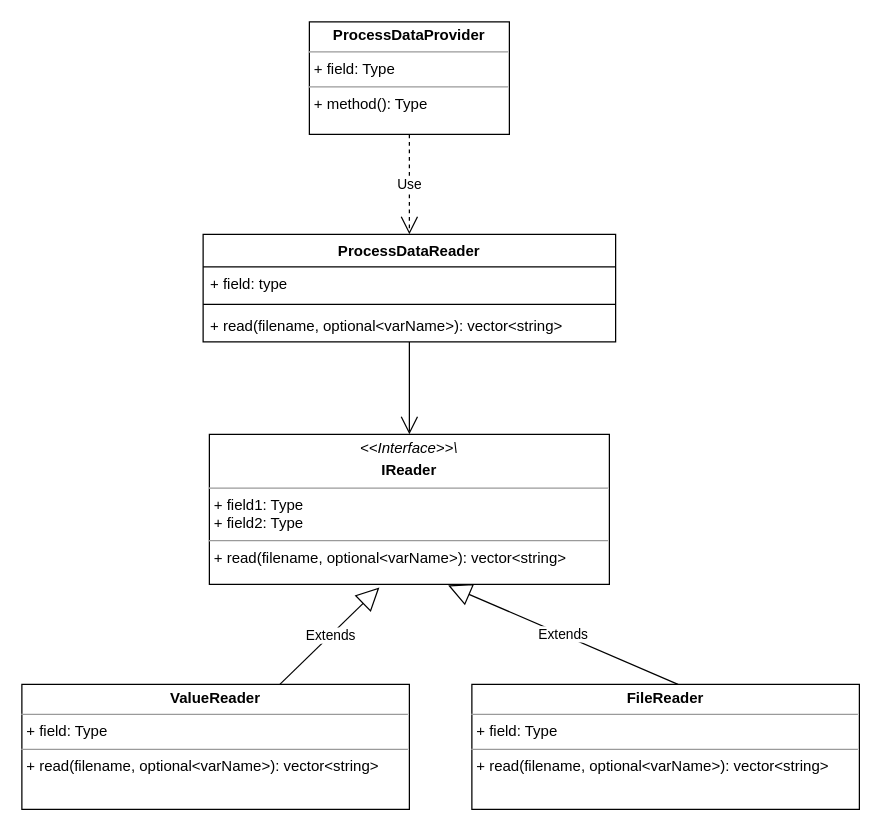
This is diagrams/reader_class_diagram.drawio from Sidewinder22/Side-Process-Manager, a draw.io file, before an edit. Source tidied: cells renumbered, new cells numbered last; positions are measured from the earlier drawing's top-left corner, leaving out a move shared by most shapes. Both pictures are drawn from the tidied source at 125%, with x=0, y=0 at pixel (21, 21).
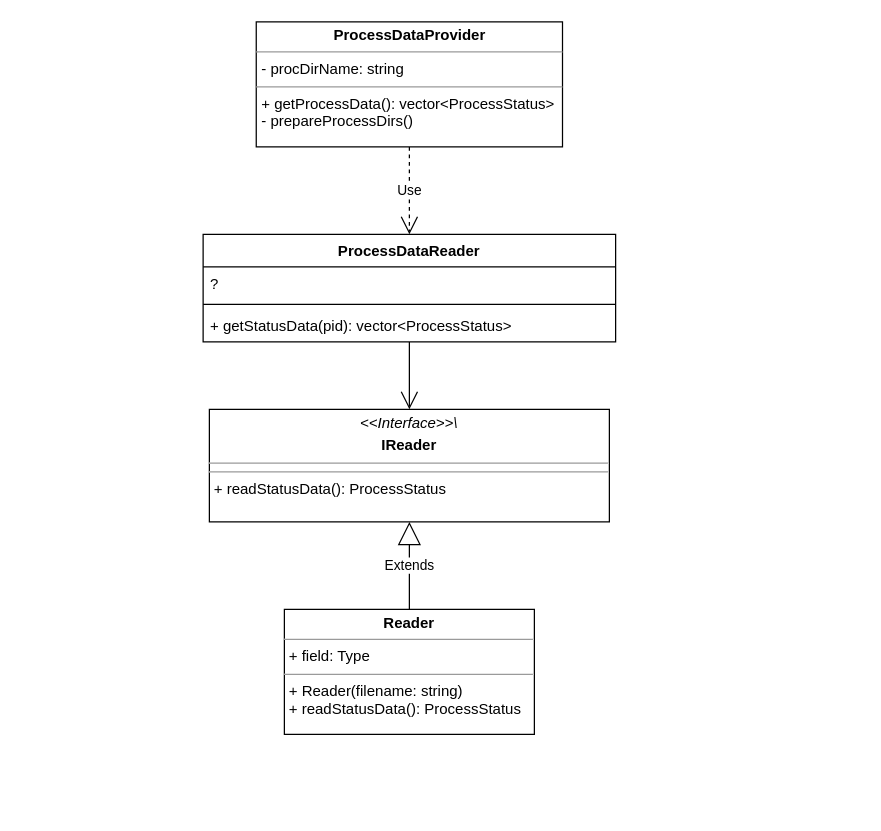
Above is the later version.

The edit, as a diff of the source:
```diff
@@
 <mxGraphModel>
   <root>
     <mxCell id="0" />
     <mxCell id="1" parent="0" />
     <mxCell id="2" value="ProcessDataReader&#10;" style="swimlane;fontStyle=1;align=center;verticalAlign=top;horizontal=1;startSize=26;" parent="1" vertex="1">
       <mxGeometry x="145" y="170" width="330" height="86" as="geometry" />
     </mxCell>
-    <mxCell id="3" value="+ field: type" style="text;strokeColor=none;fillColor=none;align=left;verticalAlign=top;spacingLeft=4;spacingRight=4;overflow=hidden;" parent="2" vertex="1">
+    <mxCell id="3" value="?" style="text;strokeColor=none;fillColor=none;align=left;verticalAlign=top;spacingLeft=4;spacingRight=4;overflow=hidden;" parent="2" vertex="1">
       <mxGeometry y="26" width="330" height="26" as="geometry" />
     </mxCell>
     <mxCell id="4" style="line;strokeWidth=1;fillColor=none;align=left;verticalAlign=middle;spacingTop=-1;spacingLeft=3;spacingRight=3;labelPosition=right;strokeColor=inherit;" parent="2" vertex="1">
       <mxGeometry y="52" width="330" height="8" as="geometry" />
     </mxCell>
-    <mxCell id="5" value="+ read(filename, optional&lt;varName&gt;): vector&lt;string&gt;" style="text;strokeColor=none;fillColor=none;align=left;verticalAlign=top;spacingLeft=4;spacingRight=4;overflow=hidden;" parent="2" vertex="1">
+    <mxCell id="5" value="+ getStatusData(pid): vector&lt;ProcessStatus&gt;" style="text;strokeColor=none;fillColor=none;align=left;verticalAlign=top;spacingLeft=4;spacingRight=4;overflow=hidden;" parent="2" vertex="1">
       <mxGeometry y="60" width="330" height="26" as="geometry" />
     </mxCell>
     <mxCell id="6" style="endArrow=open;endFill=1;endSize=12;html=1;rounded=0;exitX=0.5;exitY=1;exitDx=0;exitDy=0;" parent="1" edge="1" source="2" target="9">
       <mxGeometry relative="1" as="geometry" />
     </mxCell>
-    <mxCell id="7" value="&lt;p style=&quot;margin:0px;margin-top:4px;text-align:center;&quot;&gt;&lt;b&gt;ValueReader&lt;/b&gt;&lt;/p&gt;&lt;hr size=&quot;1&quot;&gt;&lt;p style=&quot;margin:0px;margin-left:4px;&quot;&gt;+ field: Type&lt;/p&gt;&lt;hr size=&quot;1&quot;&gt;&lt;p style=&quot;margin:0px;margin-left:4px;&quot;&gt;+ read(filename, optional&amp;lt;varName&amp;gt;): vector&amp;lt;string&amp;gt;&lt;/p&gt;" style="verticalAlign=top;align=left;overflow=fill;fontSize=12;fontFamily=Helvetica;html=1;" parent="1" vertex="1">
-      <mxGeometry y="530" width="310" height="100" as="geometry" />
+    <mxCell id="7" value="&lt;p style=&quot;margin:0px;margin-top:4px;text-align:center;&quot;&gt;&lt;b&gt;Reader&lt;/b&gt;&lt;/p&gt;&lt;hr size=&quot;1&quot;&gt;&lt;p style=&quot;margin:0px;margin-left:4px;&quot;&gt;+ field: Type&lt;/p&gt;&lt;hr size=&quot;1&quot;&gt;&lt;p style=&quot;margin:0px;margin-left:4px;&quot;&gt;+ Reader(filename: string)&lt;br&gt;&lt;/p&gt;&lt;p style=&quot;margin:0px;margin-left:4px;&quot;&gt;+ readStatusData(): ProcessStatus&lt;/p&gt;" style="verticalAlign=top;align=left;overflow=fill;fontSize=12;fontFamily=Helvetica;html=1;" parent="1" vertex="1">
+      <mxGeometry x="210" y="470" width="200" height="100" as="geometry" />
     </mxCell>
-    <mxCell id="8" value="Extends" style="endArrow=block;endSize=16;endFill=0;html=1;rounded=0;entryX=0.425;entryY=1.021;entryDx=0;entryDy=0;entryPerimeter=0;" parent="1" edge="1" source="7" target="9">
+    <mxCell id="8" value="Extends" style="endArrow=block;endSize=16;endFill=0;html=1;rounded=0;entryX=0.5;entryY=1;entryDx=0;entryDy=0;exitX=0.5;exitY=0;exitDx=0;exitDy=0;" parent="1" edge="1" source="7" target="9">
       <mxGeometry relative="1" as="geometry" />
     </mxCell>
-    <mxCell id="9" value="&lt;p style=&quot;margin:0px;margin-top:4px;text-align:center;&quot;&gt;&lt;i&gt;&amp;lt;&amp;lt;Interface&amp;gt;&amp;gt;\&lt;/i&gt;&lt;/p&gt;&lt;p style=&quot;margin:0px;margin-top:4px;text-align:center;&quot;&gt;&lt;b&gt;IReader&lt;/b&gt;&lt;/p&gt;&lt;hr size=&quot;1&quot;&gt;&lt;p style=&quot;margin:0px;margin-left:4px;&quot;&gt;+ field1: Type&lt;br&gt;+ field2: Type&lt;/p&gt;&lt;hr size=&quot;1&quot;&gt;&lt;p style=&quot;margin:0px;margin-left:4px;&quot;&gt;+ read(filename, optional&amp;lt;varName&amp;gt;): vector&amp;lt;string&amp;gt;&lt;br&gt;&lt;/p&gt;" style="verticalAlign=top;align=left;overflow=fill;fontSize=12;fontFamily=Helvetica;html=1;" parent="1" vertex="1">
-      <mxGeometry x="150" y="330" width="320" height="120" as="geometry" />
+    <mxCell id="9" value="&lt;p style=&quot;margin:0px;margin-top:4px;text-align:center;&quot;&gt;&lt;i&gt;&amp;lt;&amp;lt;Interface&amp;gt;&amp;gt;\&lt;/i&gt;&lt;/p&gt;&lt;p style=&quot;margin:0px;margin-top:4px;text-align:center;&quot;&gt;&lt;b&gt;IReader&lt;/b&gt;&lt;/p&gt;&lt;hr size=&quot;1&quot;&gt;&lt;hr size=&quot;1&quot;&gt;&lt;p style=&quot;margin:0px;margin-left:4px;&quot;&gt;+ readStatusData(): ProcessStatus&lt;/p&gt;" style="verticalAlign=top;align=left;overflow=fill;fontSize=12;fontFamily=Helvetica;html=1;" parent="1" vertex="1">
+      <mxGeometry x="150" y="310" width="320" height="90" as="geometry" />
     </mxCell>
-    <mxCell id="10" value="&lt;p style=&quot;margin:0px;margin-top:4px;text-align:center;&quot;&gt;&lt;b&gt;ProcessDataProvider&lt;/b&gt;&lt;/p&gt;&lt;hr size=&quot;1&quot;&gt;&lt;p style=&quot;margin:0px;margin-left:4px;&quot;&gt;+ field: Type&lt;/p&gt;&lt;hr size=&quot;1&quot;&gt;&lt;p style=&quot;margin:0px;margin-left:4px;&quot;&gt;+ method(): Type&lt;/p&gt;" style="verticalAlign=top;align=left;overflow=fill;fontSize=12;fontFamily=Helvetica;html=1;" parent="1" vertex="1">
-      <mxGeometry x="230" width="160" height="90" as="geometry" />
+    <mxCell id="10" value="&lt;p style=&quot;margin:0px;margin-top:4px;text-align:center;&quot;&gt;&lt;b&gt;ProcessDataProvider&lt;/b&gt;&lt;/p&gt;&lt;hr size=&quot;1&quot;&gt;&lt;p style=&quot;margin:0px;margin-left:4px;&quot;&gt;- procDirName: string&lt;br&gt;&lt;/p&gt;&lt;hr size=&quot;1&quot;&gt;&lt;p style=&quot;margin:0px;margin-left:4px;&quot;&gt;+ getProcessData(): vector&amp;lt;ProcessStatus&amp;gt;&lt;/p&gt;&lt;p style=&quot;margin:0px;margin-left:4px;&quot;&gt;- prepareProcessDirs()&lt;br&gt;&lt;/p&gt;" style="verticalAlign=top;align=left;overflow=fill;fontSize=12;fontFamily=Helvetica;html=1;" parent="1" vertex="1">
+      <mxGeometry x="187.5" width="245" height="100" as="geometry" />
     </mxCell>
     <mxCell id="11" value="Use" style="endArrow=open;endSize=12;dashed=1;html=1;rounded=0;entryX=0.5;entryY=0;entryDx=0;entryDy=0;exitX=0.5;exitY=1;exitDx=0;exitDy=0;" parent="1" edge="1" source="10" target="2">
       <mxGeometry relative="1" as="geometry" />
     </mxCell>
-    <mxCell id="12" value="Extends" style="endArrow=block;endSize=16;endFill=0;html=1;rounded=0;entryX=0.597;entryY=1.007;entryDx=0;entryDy=0;entryPerimeter=0;exitX=0.532;exitY=0;exitDx=0;exitDy=0;exitPerimeter=0;" parent="1" edge="1" source="13" target="9">
-      <mxGeometry relative="1" as="geometry" />
-    </mxCell>
-    <mxCell id="13" value="&lt;p style=&quot;margin:0px;margin-top:4px;text-align:center;&quot;&gt;&lt;b&gt;FileReader&lt;/b&gt;&lt;/p&gt;&lt;hr size=&quot;1&quot;&gt;&lt;p style=&quot;margin:0px;margin-left:4px;&quot;&gt;+ field: Type&lt;/p&gt;&lt;hr size=&quot;1&quot;&gt;&lt;p style=&quot;margin:0px;margin-left:4px;&quot;&gt;+ read(filename, optional&amp;lt;varName&amp;gt;): vector&amp;lt;string&amp;gt;&lt;/p&gt;" style="verticalAlign=top;align=left;overflow=fill;fontSize=12;fontFamily=Helvetica;html=1;" parent="1" vertex="1">
-      <mxGeometry x="360" y="530" width="310" height="100" as="geometry" />
-    </mxCell>
   </root>
 </mxGraphModel>
```
